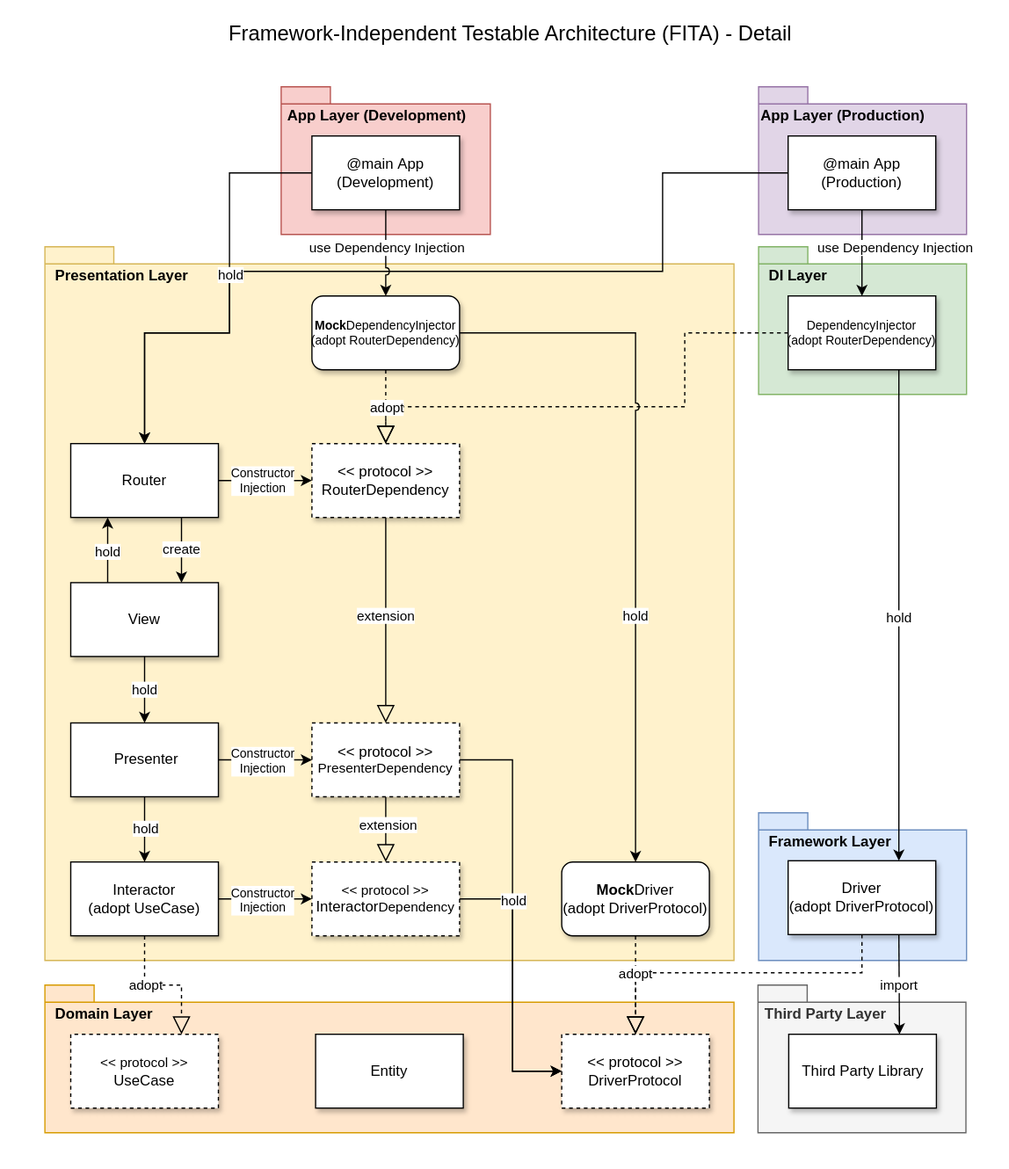
The draw.io diagram asset/drawio/architecture_detail.drawio.svg in suguruTakahashi-1234/fia-practical-sample, before a commit. Source tidied: cells renumbered, new cells last; positions are measured from the earlier drawing's top-left corner, leaving out a move shared by most shapes.
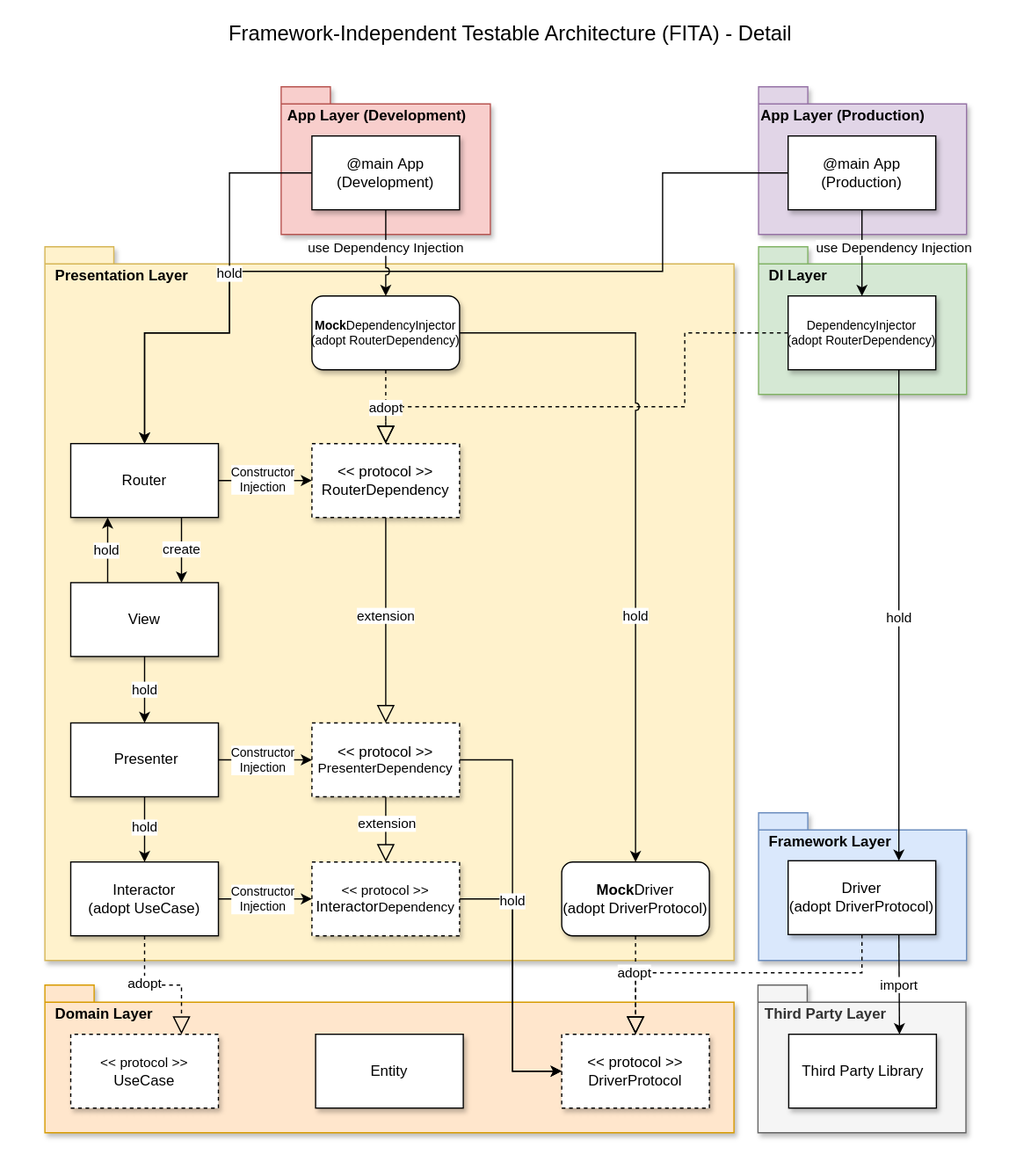
The same diagram one commit later.

Commit message:
【デバッグ画面】デバッグ画面からルーターを切り替えた画面一覧を確認したい #132

Change to the diagram source:
```diff
@@ -5,16 +5,16 @@
     <mxCell id="2" style="rounded=0;whiteSpace=wrap;html=1;flipH=1;strokeWidth=0;strokeColor=none;" parent="1" vertex="1">
       <mxGeometry width="820" height="950" as="geometry" />
     </mxCell>
-    <mxCell id="3" value="&amp;nbsp; DI Layer" style="shape=folder;fontStyle=1;spacingTop=10;tabWidth=40;tabHeight=14;tabPosition=left;html=1;whiteSpace=wrap;align=left;horizontal=1;verticalAlign=top;fillColor=#d5e8d4;strokeColor=#82b366;" parent="1" vertex="1">
+    <mxCell id="3" value="&amp;nbsp; DI Layer" style="shape=folder;fontStyle=1;spacingTop=10;tabWidth=40;tabHeight=14;tabPosition=left;html=1;whiteSpace=wrap;align=left;horizontal=1;verticalAlign=top;fillColor=#d5e8d4;strokeColor=#82b366;shadow=1;" parent="1" vertex="1">
       <mxGeometry x="616" y="200" width="169" height="120" as="geometry" />
     </mxCell>
-    <mxCell id="4" value="&lt;span style=&quot;text-align: center;&quot;&gt;&amp;nbsp; Framework &lt;/span&gt;&lt;span style=&quot;text-align: center;&quot;&gt;Layer&lt;/span&gt;" style="shape=folder;fontStyle=1;spacingTop=10;tabWidth=40;tabHeight=14;tabPosition=left;html=1;whiteSpace=wrap;align=left;horizontal=1;verticalAlign=top;fillColor=#dae8fc;strokeColor=#6c8ebf;" parent="1" vertex="1">
+    <mxCell id="4" value="&lt;span style=&quot;text-align: center;&quot;&gt;&amp;nbsp; Framework &lt;/span&gt;&lt;span style=&quot;text-align: center;&quot;&gt;Layer&lt;/span&gt;" style="shape=folder;fontStyle=1;spacingTop=10;tabWidth=40;tabHeight=14;tabPosition=left;html=1;whiteSpace=wrap;align=left;horizontal=1;verticalAlign=top;fillColor=#dae8fc;strokeColor=#6c8ebf;shadow=1;" parent="1" vertex="1">
       <mxGeometry x="616" y="660" width="169" height="120" as="geometry" />
     </mxCell>
-    <mxCell id="5" value="&amp;nbsp; Domain Layer" style="shape=folder;fontStyle=1;spacingTop=10;tabWidth=40;tabHeight=14;tabPosition=left;html=1;whiteSpace=wrap;align=left;horizontal=1;verticalAlign=top;fillColor=#ffe6cc;strokeColor=#d79b00;" parent="1" vertex="1">
+    <mxCell id="5" value="&amp;nbsp; Domain Layer" style="shape=folder;fontStyle=1;spacingTop=10;tabWidth=40;tabHeight=14;tabPosition=left;html=1;whiteSpace=wrap;align=left;horizontal=1;verticalAlign=top;fillColor=#ffe6cc;strokeColor=#d79b00;shadow=1;" parent="1" vertex="1">
       <mxGeometry x="36" y="800" width="560" height="120" as="geometry" />
     </mxCell>
-    <mxCell id="6" value="&amp;nbsp; Presentation Layer" style="shape=folder;fontStyle=1;spacingTop=10;tabWidth=40;tabHeight=14;tabPosition=left;html=1;whiteSpace=wrap;align=left;horizontal=1;verticalAlign=top;fillColor=#fff2cc;strokeColor=#d6b656;" parent="1" vertex="1">
+    <mxCell id="6" value="&amp;nbsp; Presentation Layer" style="shape=folder;fontStyle=1;spacingTop=10;tabWidth=40;tabHeight=14;tabPosition=left;html=1;whiteSpace=wrap;align=left;horizontal=1;verticalAlign=top;fillColor=#fff2cc;strokeColor=#d6b656;shadow=1;" parent="1" vertex="1">
       <mxGeometry x="36" y="200" width="560" height="580" as="geometry" />
     </mxCell>
     <mxCell id="7" style="endArrow=block;dashed=1;endFill=0;endSize=12;html=1;rounded=0;exitX=0.5;exitY=1;exitDx=0;exitDy=0;entryX=0.75;entryY=0;entryDx=0;entryDy=0;edgeStyle=orthogonalEdgeStyle;" parent="1" edge="1" source="20" target="30">
@@ -136,7 +136,7 @@
     <mxCell id="39" value="hold" style="endArrow=classic;html=1;rounded=0;exitX=0.75;exitY=1;exitDx=0;exitDy=0;entryX=0.75;entryY=0;entryDx=0;entryDy=0;" parent="1" edge="1" source="35" target="34">
       <mxGeometry x="0.01" relative="1" as="geometry" />
     </mxCell>
-    <mxCell id="40" value="&amp;nbsp;App Layer (Development)" style="shape=folder;fontStyle=1;spacingTop=10;tabWidth=40;tabHeight=14;tabPosition=left;html=1;whiteSpace=wrap;align=left;horizontal=1;verticalAlign=top;fillColor=#f8cecc;strokeColor=#b85450;" parent="1" vertex="1">
+    <mxCell id="40" value="&amp;nbsp;App Layer (Development)" style="shape=folder;fontStyle=1;spacingTop=10;tabWidth=40;tabHeight=14;tabPosition=left;html=1;whiteSpace=wrap;align=left;horizontal=1;verticalAlign=top;fillColor=#f8cecc;strokeColor=#b85450;shadow=1;" parent="1" vertex="1">
       <mxGeometry x="228" y="70" width="170" height="120" as="geometry" />
     </mxCell>
     <mxCell id="41" style="endArrow=classic;html=1;rounded=0;exitX=1;exitY=0.5;exitDx=0;exitDy=0;entryX=0;entryY=0.5;entryDx=0;entryDy=0;edgeStyle=orthogonalEdgeStyle;" parent="1" edge="1" source="32" target="33">
@@ -163,7 +163,7 @@
     <mxCell id="44" value="@main&amp;nbsp;&lt;span style=&quot;background-color: initial;&quot;&gt;App&lt;br&gt;(&lt;/span&gt;&lt;span style=&quot;text-align: left;&quot;&gt;Development&lt;/span&gt;&lt;span style=&quot;background-color: initial;&quot;&gt;)&lt;/span&gt;" style="rounded=0;whiteSpace=wrap;html=1;shadow=1;" parent="1" vertex="1">
       <mxGeometry x="253" y="110" width="120" height="60" as="geometry" />
     </mxCell>
-    <mxCell id="45" value="App Layer (Production)" style="shape=folder;fontStyle=1;spacingTop=10;tabWidth=40;tabHeight=14;tabPosition=left;html=1;whiteSpace=wrap;align=left;horizontal=1;verticalAlign=top;fillColor=#e1d5e7;strokeColor=#9673a6;" parent="1" vertex="1">
+    <mxCell id="45" value="App Layer (Production)" style="shape=folder;fontStyle=1;spacingTop=10;tabWidth=40;tabHeight=14;tabPosition=left;html=1;whiteSpace=wrap;align=left;horizontal=1;verticalAlign=top;fillColor=#e1d5e7;strokeColor=#9673a6;shadow=1;" parent="1" vertex="1">
       <mxGeometry x="616" y="70" width="169" height="120" as="geometry" />
     </mxCell>
     <mxCell id="46" value="@main&amp;nbsp;&lt;span style=&quot;background-color: initial;&quot;&gt;App&lt;br&gt;(&lt;/span&gt;Production&lt;span style=&quot;background-color: initial;&quot;&gt;)&lt;/span&gt;" style="rounded=0;whiteSpace=wrap;html=1;shadow=1;" parent="1" vertex="1">
@@ -241,7 +241,7 @@
         <mxPoint y="-1" as="offset" />
       </mxGeometry>
     </mxCell>
-    <mxCell id="59" value="&lt;span style=&quot;text-align: center;&quot;&gt;&amp;nbsp;Third Party Layer&lt;/span&gt;" style="shape=folder;fontStyle=1;spacingTop=10;tabWidth=40;tabHeight=14;tabPosition=left;html=1;whiteSpace=wrap;align=left;horizontal=1;verticalAlign=top;fillColor=#f5f5f5;strokeColor=#666666;fontColor=#333333;" parent="1" vertex="1">
+    <mxCell id="59" value="&lt;span style=&quot;text-align: center;&quot;&gt;&amp;nbsp;Third Party Layer&lt;/span&gt;" style="shape=folder;fontStyle=1;spacingTop=10;tabWidth=40;tabHeight=14;tabPosition=left;html=1;whiteSpace=wrap;align=left;horizontal=1;verticalAlign=top;fillColor=#f5f5f5;strokeColor=#666666;fontColor=#333333;shadow=1;" parent="1" vertex="1">
       <mxGeometry x="615.5" y="800" width="169" height="120" as="geometry" />
     </mxCell>
     <mxCell id="60" value="&lt;div style=&quot;&quot;&gt;Third Party Library&lt;/div&gt;" style="rounded=0;whiteSpace=wrap;html=1;shadow=1;flipH=0;" parent="1" vertex="1">
```
